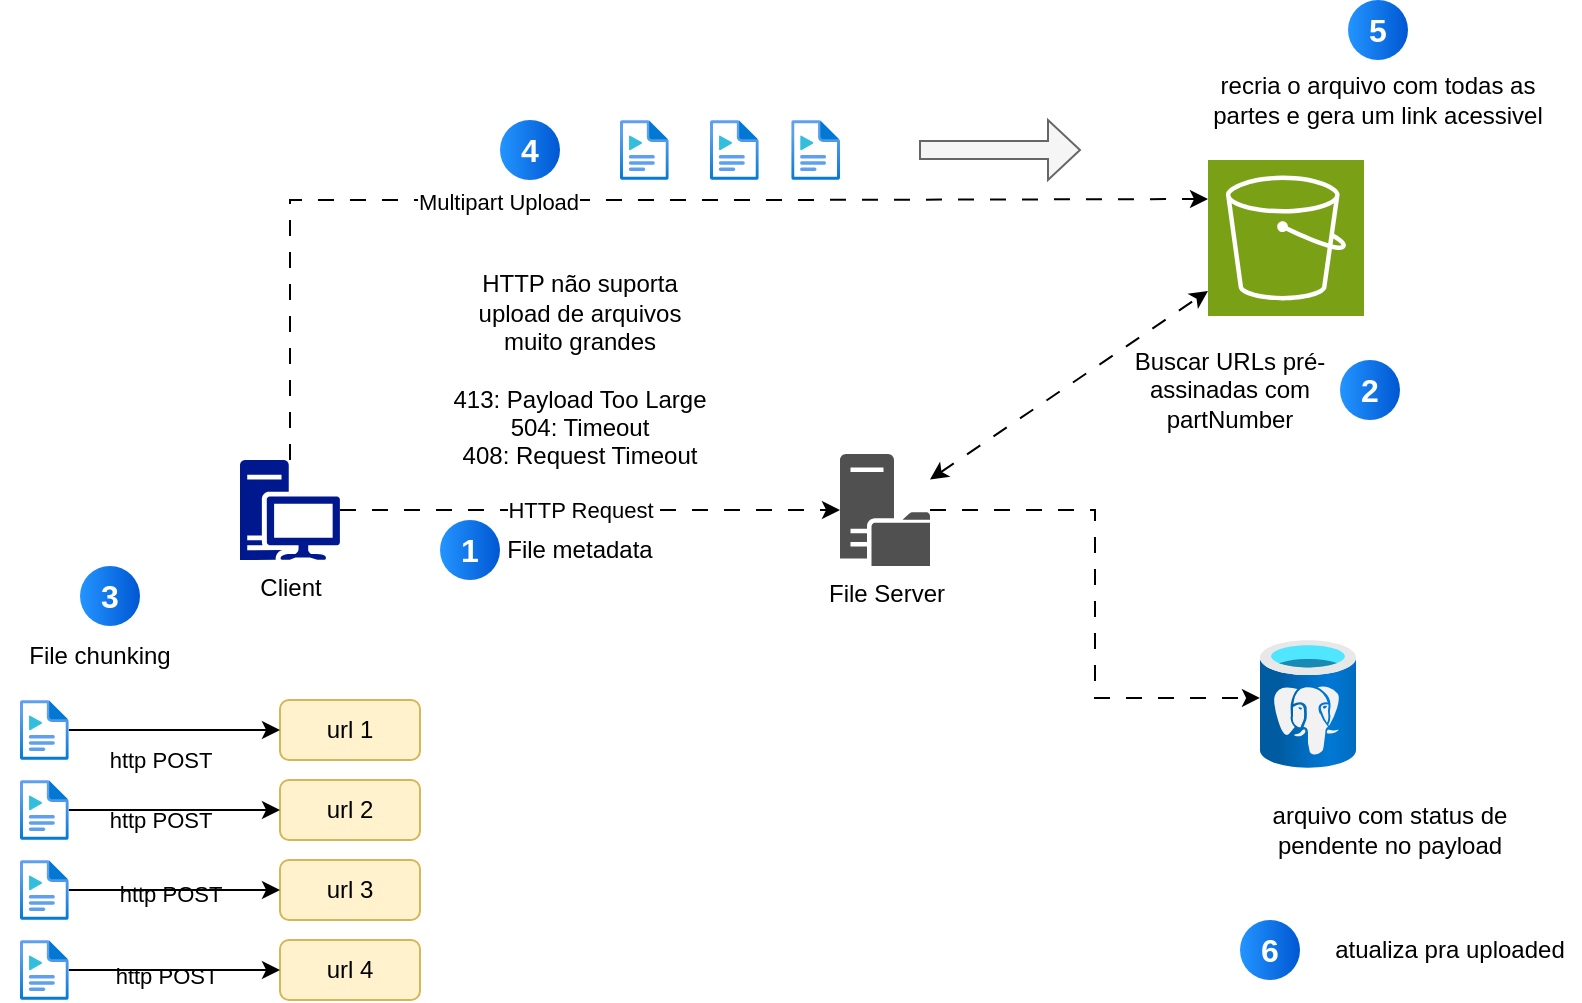
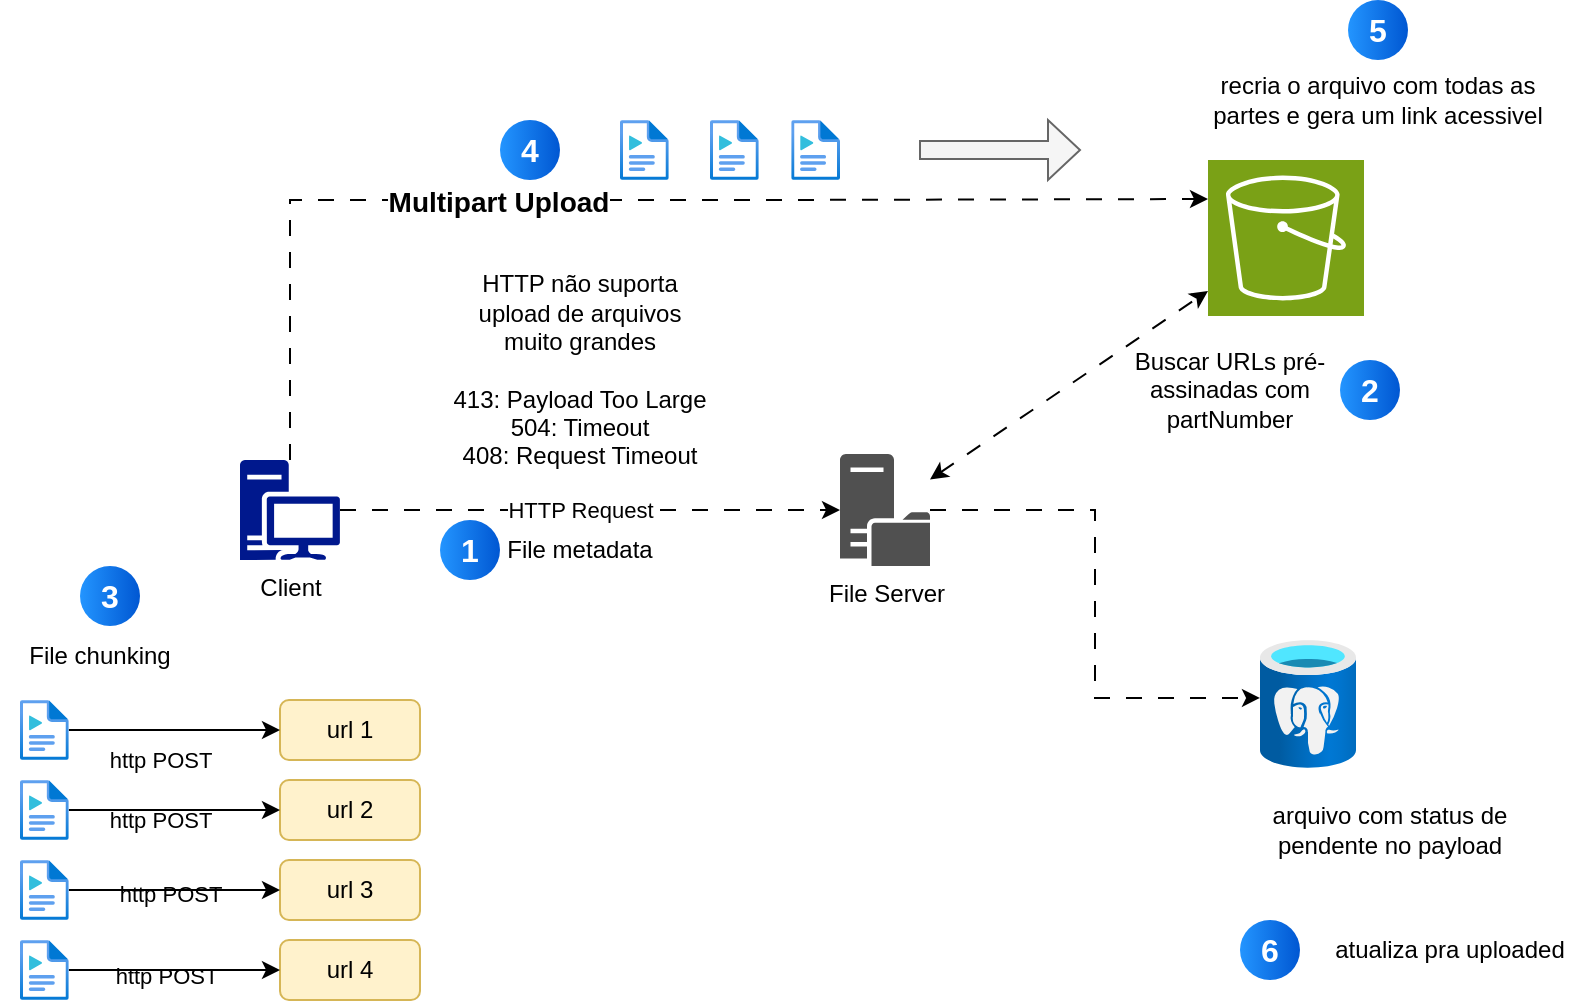
<mxfile host="app.diagrams.net">
  <diagram name="Página-1" id="4D3M8B96T3K3ZtQU1b3x">
    <mxGraphModel dx="1601" dy="1679" grid="1" gridSize="10" guides="1" tooltips="1" connect="1" arrows="1" fold="1" page="1" pageScale="1" pageWidth="827" pageHeight="1169" math="0" shadow="0">
      <root>
        <mxCell id="0" />
        <mxCell id="1" parent="0" />
        <mxCell id="fk9SJw6ftsK7bPstpn4Y-3" edge="1" parent="1" source="fk9SJw6ftsK7bPstpn4Y-1" style="edgeStyle=orthogonalEdgeStyle;rounded=0;orthogonalLoop=1;jettySize=auto;html=1;dashed=1;dashPattern=8 8;" target="fk9SJw6ftsK7bPstpn4Y-2">
          <mxGeometry relative="1" as="geometry" />
        </mxCell>
        <mxCell id="fk9SJw6ftsK7bPstpn4Y-6" connectable="0" parent="fk9SJw6ftsK7bPstpn4Y-3" style="edgeLabel;html=1;align=center;verticalAlign=middle;resizable=0;points=[];" value="HTTP Request" vertex="1">
          <mxGeometry relative="1" x="-0.288" as="geometry">
            <mxPoint x="31" as="offset" />
          </mxGeometry>
        </mxCell>
        <mxCell id="fk9SJw6ftsK7bPstpn4Y-1" parent="1" style="sketch=0;aspect=fixed;pointerEvents=1;shadow=0;dashed=0;html=1;strokeColor=none;labelPosition=center;verticalLabelPosition=bottom;verticalAlign=top;align=center;fillColor=#00188D;shape=mxgraph.mscae.enterprise.workstation_client" value="Client" vertex="1">
          <mxGeometry height="50" width="50" x="-70" y="90" as="geometry" />
        </mxCell>
        <mxCell id="fk9SJw6ftsK7bPstpn4Y-2" parent="1" style="sketch=0;pointerEvents=1;shadow=0;dashed=0;html=1;strokeColor=none;fillColor=#505050;labelPosition=center;verticalLabelPosition=bottom;verticalAlign=top;outlineConnect=0;align=center;shape=mxgraph.office.servers.file_server;" value="File Server" vertex="1">
          <mxGeometry height="56" width="45" x="230" y="87" as="geometry" />
        </mxCell>
        <mxCell id="fk9SJw6ftsK7bPstpn4Y-4" parent="1" style="sketch=0;points=[[0,0,0],[0.25,0,0],[0.5,0,0],[0.75,0,0],[1,0,0],[0,1,0],[0.25,1,0],[0.5,1,0],[0.75,1,0],[1,1,0],[0,0.25,0],[0,0.5,0],[0,0.75,0],[1,0.25,0],[1,0.5,0],[1,0.75,0]];outlineConnect=0;fontColor=#232F3E;fillColor=#7AA116;strokeColor=#ffffff;dashed=0;verticalLabelPosition=bottom;verticalAlign=top;align=center;html=1;fontSize=12;fontStyle=0;aspect=fixed;shape=mxgraph.aws4.resourceIcon;resIcon=mxgraph.aws4.s3;" value="" vertex="1">
          <mxGeometry height="78" width="78" x="414" y="-60" as="geometry" />
        </mxCell>
        <mxCell id="fk9SJw6ftsK7bPstpn4Y-7" parent="1" style="image;aspect=fixed;html=1;points=[];align=center;fontSize=12;image=img/lib/azure2/databases/Azure_Database_PostgreSQL_Server.svg;" value="" vertex="1">
          <mxGeometry height="64" width="48" x="440" y="180" as="geometry" />
        </mxCell>
        <mxCell id="fk9SJw6ftsK7bPstpn4Y-8" edge="1" parent="1" source="fk9SJw6ftsK7bPstpn4Y-2" style="edgeStyle=orthogonalEdgeStyle;rounded=0;orthogonalLoop=1;jettySize=auto;html=1;entryX=0;entryY=0.453;entryDx=0;entryDy=0;entryPerimeter=0;dashed=1;dashPattern=8 8;" target="fk9SJw6ftsK7bPstpn4Y-7">
          <mxGeometry relative="1" as="geometry" />
        </mxCell>
        <mxCell id="fk9SJw6ftsK7bPstpn4Y-13" parent="1" style="text;html=1;whiteSpace=wrap;strokeColor=none;fillColor=none;align=center;verticalAlign=middle;rounded=0;" value="HTTP não suporta upload de arquivos muito grandes&lt;div&gt;&lt;br&gt;&lt;/div&gt;&lt;div&gt;413: Payload Too Large&lt;div&gt;504: Timeout&lt;/div&gt;&lt;div&gt;408: Request Timeout&lt;/div&gt;&lt;/div&gt;" vertex="1">
          <mxGeometry height="30" width="130" x="35" y="30" as="geometry" />
        </mxCell>
        <mxCell id="h8KboTeERqfswfNuPOU6-1" edge="1" parent="1" source="fk9SJw6ftsK7bPstpn4Y-1" style="edgeStyle=orthogonalEdgeStyle;rounded=0;orthogonalLoop=1;jettySize=auto;html=1;entryX=0;entryY=0.25;entryDx=0;entryDy=0;entryPerimeter=0;dashed=1;dashPattern=8 8;" target="fk9SJw6ftsK7bPstpn4Y-4">
          <mxGeometry relative="1" as="geometry">
            <Array as="points">
              <mxPoint x="-45" y="-40" />
              <mxPoint x="197" y="-40" />
            </Array>
          </mxGeometry>
        </mxCell>
-         <mxCell id="h8KboTeERqfswfNuPOU6-2" connectable="0" parent="h8KboTeERqfswfNuPOU6-1" style="edgeLabel;html=1;align=center;verticalAlign=middle;resizable=0;points=[];" value="Multipart Upload" vertex="1">
+         <mxCell id="h8KboTeERqfswfNuPOU6-2" connectable="0" parent="h8KboTeERqfswfNuPOU6-1" style="edgeLabel;html=1;align=center;verticalAlign=middle;resizable=0;points=[];fontStyle=1;fontSize=14;" value="Multipart Upload" vertex="1">
          <mxGeometry relative="1" x="-0.2054" y="-1" as="geometry">
            <mxPoint as="offset" />
          </mxGeometry>
        </mxCell>
        <mxCell id="h8KboTeERqfswfNuPOU6-3" parent="1" style="text;html=1;whiteSpace=wrap;strokeColor=none;fillColor=none;align=center;verticalAlign=middle;rounded=0;" value="File metadata" vertex="1">
          <mxGeometry height="30" width="80" x="60" y="120" as="geometry" />
        </mxCell>
        <mxCell id="h8KboTeERqfswfNuPOU6-4" parent="1" style="text;html=1;whiteSpace=wrap;strokeColor=none;fillColor=none;align=center;verticalAlign=middle;rounded=0;" value="arquivo com status de pendente no payload" vertex="1">
          <mxGeometry height="30" width="130" x="440" y="260" as="geometry" />
        </mxCell>
        <mxCell id="h8KboTeERqfswfNuPOU6-5" parent="1" style="text;html=1;whiteSpace=wrap;strokeColor=none;fillColor=none;align=center;verticalAlign=middle;rounded=0;" value="Buscar URLs pré-assinadas com partNumber" vertex="1">
          <mxGeometry height="30" width="110" x="370" y="40" as="geometry" />
        </mxCell>
        <mxCell id="h8KboTeERqfswfNuPOU6-6" edge="1" parent="1" source="fk9SJw6ftsK7bPstpn4Y-2" style="html=1;labelBackgroundColor=#ffffff;startArrow=classic;startFill=1;startSize=6;endArrow=classic;endFill=1;endSize=6;jettySize=auto;orthogonalLoop=1;strokeWidth=1;fontSize=14;rounded=0;dashed=1;dashPattern=8 8;" target="fk9SJw6ftsK7bPstpn4Y-4" value="">
          <mxGeometry height="60" relative="1" width="60" as="geometry">
            <mxPoint x="370" y="60" as="sourcePoint" />
            <mxPoint x="430" as="targetPoint" />
          </mxGeometry>
        </mxCell>
        <mxCell id="h8KboTeERqfswfNuPOU6-7" parent="1" style="rounded=1;whiteSpace=wrap;html=1;fillColor=#fff2cc;strokeColor=#d6b656;" value="url 1" vertex="1">
          <mxGeometry height="30" width="70" x="-50" y="210" as="geometry" />
        </mxCell>
        <mxCell id="h8KboTeERqfswfNuPOU6-8" parent="1" style="rounded=1;whiteSpace=wrap;html=1;fillColor=#fff2cc;strokeColor=#d6b656;" value="url 4" vertex="1">
          <mxGeometry height="30" width="70" x="-50" y="330" as="geometry" />
        </mxCell>
        <mxCell id="h8KboTeERqfswfNuPOU6-9" parent="1" style="rounded=1;whiteSpace=wrap;html=1;fillColor=#fff2cc;strokeColor=#d6b656;" value="url 3" vertex="1">
          <mxGeometry height="30" width="70" x="-50" y="290" as="geometry" />
        </mxCell>
        <mxCell id="h8KboTeERqfswfNuPOU6-10" parent="1" style="rounded=1;whiteSpace=wrap;html=1;fillColor=#fff2cc;strokeColor=#d6b656;" value="url 2" vertex="1">
          <mxGeometry height="30" width="70" x="-50" y="250" as="geometry" />
        </mxCell>
        <mxCell id="h8KboTeERqfswfNuPOU6-11" parent="1" style="ellipse;whiteSpace=wrap;html=1;aspect=fixed;rotation=0;gradientColor=#0057D2;strokeColor=none;gradientDirection=east;fillColor=#2395FF;rounded=0;pointerEvents=0;fontFamily=Helvetica;fontSize=16;fontColor=#FFFFFF;spacingTop=4;spacingBottom=4;spacingLeft=4;spacingRight=4;points=[];fontStyle=1" value="1" vertex="1">
          <mxGeometry height="30" width="30" x="30" y="120" as="geometry" />
        </mxCell>
        <mxCell id="h8KboTeERqfswfNuPOU6-12" parent="1" style="ellipse;whiteSpace=wrap;html=1;aspect=fixed;rotation=0;gradientColor=#0057D2;strokeColor=none;gradientDirection=east;fillColor=#2395FF;rounded=0;pointerEvents=0;fontFamily=Helvetica;fontSize=16;fontColor=#FFFFFF;spacingTop=4;spacingBottom=4;spacingLeft=4;spacingRight=4;points=[];fontStyle=1" value="2" vertex="1">
          <mxGeometry height="30" width="30" x="480" y="40" as="geometry" />
        </mxCell>
        <mxCell id="h8KboTeERqfswfNuPOU6-13" parent="1" style="ellipse;whiteSpace=wrap;html=1;aspect=fixed;rotation=0;gradientColor=#0057D2;strokeColor=none;gradientDirection=east;fillColor=#2395FF;rounded=0;pointerEvents=0;fontFamily=Helvetica;fontSize=16;fontColor=#FFFFFF;spacingTop=4;spacingBottom=4;spacingLeft=4;spacingRight=4;points=[];fontStyle=1" value="3" vertex="1">
          <mxGeometry height="30" width="30" x="-150" y="143" as="geometry" />
        </mxCell>
        <mxCell id="h8KboTeERqfswfNuPOU6-14" parent="1" style="text;html=1;whiteSpace=wrap;strokeColor=none;fillColor=none;align=center;verticalAlign=middle;rounded=0;" value="File chunking" vertex="1">
          <mxGeometry height="30" width="100" x="-190" y="173" as="geometry" />
        </mxCell>
        <mxCell id="h8KboTeERqfswfNuPOU6-16" edge="1" parent="1" source="h8KboTeERqfswfNuPOU6-15" style="edgeStyle=orthogonalEdgeStyle;rounded=0;orthogonalLoop=1;jettySize=auto;html=1;" target="h8KboTeERqfswfNuPOU6-7" value="">
          <mxGeometry relative="1" as="geometry" />
        </mxCell>
        <mxCell id="h8KboTeERqfswfNuPOU6-17" connectable="0" parent="h8KboTeERqfswfNuPOU6-16" style="edgeLabel;html=1;align=center;verticalAlign=middle;resizable=0;points=[];labelBackgroundColor=default;" value="http POST&lt;span style=&quot;white-space: pre;&quot;&gt;&#x9;&lt;/span&gt;" vertex="1">
          <mxGeometry relative="1" x="-0.4857" y="5" as="geometry">
            <mxPoint x="29" y="20" as="offset" />
          </mxGeometry>
        </mxCell>
        <mxCell id="h8KboTeERqfswfNuPOU6-15" parent="1" style="image;aspect=fixed;html=1;points=[];align=center;fontSize=12;image=img/lib/azure2/general/Media_File.svg;" value="" vertex="1">
          <mxGeometry height="30" width="24.38" x="-180" y="210" as="geometry" />
        </mxCell>
        <mxCell id="h8KboTeERqfswfNuPOU6-21" connectable="0" parent="1" style="edgeLabel;html=1;align=center;verticalAlign=middle;resizable=0;points=[];labelBackgroundColor=default;" value="http POST&lt;span style=&quot;white-space: pre;&quot;&gt;&#x9;&lt;/span&gt;" vertex="1">
          <mxGeometry x="-99.61999999999989" y="259" as="geometry">
            <mxPoint y="11" as="offset" />
          </mxGeometry>
        </mxCell>
        <mxCell id="h8KboTeERqfswfNuPOU6-29" edge="1" parent="1" source="h8KboTeERqfswfNuPOU6-22" style="edgeStyle=orthogonalEdgeStyle;rounded=0;orthogonalLoop=1;jettySize=auto;html=1;" target="h8KboTeERqfswfNuPOU6-10">
          <mxGeometry relative="1" as="geometry" />
        </mxCell>
        <mxCell id="h8KboTeERqfswfNuPOU6-22" parent="1" style="image;aspect=fixed;html=1;points=[];align=center;fontSize=12;image=img/lib/azure2/general/Media_File.svg;" value="" vertex="1">
          <mxGeometry height="30" width="24.38" x="-180" y="250" as="geometry" />
        </mxCell>
        <mxCell id="h8KboTeERqfswfNuPOU6-23" connectable="0" parent="1" style="edgeLabel;html=1;align=center;verticalAlign=middle;resizable=0;points=[];labelBackgroundColor=default;" value="http POST&lt;span style=&quot;white-space: pre;&quot;&gt;&#x9;&lt;/span&gt;" vertex="1">
          <mxGeometry x="-99.61999999999989" y="295" as="geometry">
            <mxPoint x="5" y="12" as="offset" />
          </mxGeometry>
        </mxCell>
        <mxCell id="h8KboTeERqfswfNuPOU6-28" edge="1" parent="1" source="h8KboTeERqfswfNuPOU6-24" style="edgeStyle=orthogonalEdgeStyle;rounded=0;orthogonalLoop=1;jettySize=auto;html=1;" target="h8KboTeERqfswfNuPOU6-9">
          <mxGeometry relative="1" as="geometry" />
        </mxCell>
        <mxCell id="h8KboTeERqfswfNuPOU6-24" parent="1" style="image;aspect=fixed;html=1;points=[];align=center;fontSize=12;image=img/lib/azure2/general/Media_File.svg;" value="" vertex="1">
          <mxGeometry height="30" width="24.38" x="-180" y="290" as="geometry" />
        </mxCell>
        <mxCell id="h8KboTeERqfswfNuPOU6-25" connectable="0" parent="1" style="edgeLabel;html=1;align=center;verticalAlign=middle;resizable=0;points=[];labelBackgroundColor=default;" value="http POST&lt;span style=&quot;white-space: pre;&quot;&gt;&#x9;&lt;/span&gt;" vertex="1">
          <mxGeometry x="-99.61999999999989" y="325" as="geometry">
            <mxPoint x="3" y="23" as="offset" />
          </mxGeometry>
        </mxCell>
        <mxCell id="h8KboTeERqfswfNuPOU6-27" edge="1" parent="1" source="h8KboTeERqfswfNuPOU6-26" style="edgeStyle=orthogonalEdgeStyle;rounded=0;orthogonalLoop=1;jettySize=auto;html=1;" target="h8KboTeERqfswfNuPOU6-8">
          <mxGeometry relative="1" as="geometry" />
        </mxCell>
        <mxCell id="h8KboTeERqfswfNuPOU6-26" parent="1" style="image;aspect=fixed;html=1;points=[];align=center;fontSize=12;image=img/lib/azure2/general/Media_File.svg;" value="" vertex="1">
          <mxGeometry height="30" width="24.38" x="-180" y="330" as="geometry" />
        </mxCell>
        <mxCell id="h8KboTeERqfswfNuPOU6-30" parent="1" style="ellipse;whiteSpace=wrap;html=1;aspect=fixed;rotation=0;gradientColor=#0057D2;strokeColor=none;gradientDirection=east;fillColor=#2395FF;rounded=0;pointerEvents=0;fontFamily=Helvetica;fontSize=16;fontColor=#FFFFFF;spacingTop=4;spacingBottom=4;spacingLeft=4;spacingRight=4;points=[];fontStyle=1" value="4" vertex="1">
          <mxGeometry height="30" width="30" x="60" y="-80" as="geometry" />
        </mxCell>
        <mxCell id="h8KboTeERqfswfNuPOU6-31" parent="1" style="image;aspect=fixed;html=1;points=[];align=center;fontSize=12;image=img/lib/azure2/general/Media_File.svg;" value="" vertex="1">
          <mxGeometry height="30" width="24.38" x="120" y="-80" as="geometry" />
        </mxCell>
        <mxCell id="h8KboTeERqfswfNuPOU6-32" parent="1" style="image;aspect=fixed;html=1;points=[];align=center;fontSize=12;image=img/lib/azure2/general/Media_File.svg;" value="" vertex="1">
          <mxGeometry height="30" width="24.38" x="165" y="-80" as="geometry" />
        </mxCell>
        <mxCell id="h8KboTeERqfswfNuPOU6-33" parent="1" style="image;aspect=fixed;html=1;points=[];align=center;fontSize=12;image=img/lib/azure2/general/Media_File.svg;" value="" vertex="1">
          <mxGeometry height="30" width="24.38" x="205.62" y="-80" as="geometry" />
        </mxCell>
        <mxCell id="h8KboTeERqfswfNuPOU6-34" parent="1" style="shape=singleArrow;whiteSpace=wrap;html=1;fillColor=#f5f5f5;fontColor=#333333;strokeColor=#666666;" value="" vertex="1">
          <mxGeometry height="30" width="80" x="270" y="-80" as="geometry" />
        </mxCell>
        <mxCell id="h8KboTeERqfswfNuPOU6-35" parent="1" style="text;html=1;whiteSpace=wrap;strokeColor=none;fillColor=none;align=center;verticalAlign=middle;rounded=0;" value="recria o arquivo com todas as partes e gera um link acessivel" vertex="1">
          <mxGeometry width="170" x="414" y="-90" as="geometry" />
        </mxCell>
        <mxCell id="h8KboTeERqfswfNuPOU6-36" parent="1" style="ellipse;whiteSpace=wrap;html=1;aspect=fixed;rotation=0;gradientColor=#0057D2;strokeColor=none;gradientDirection=east;fillColor=#2395FF;rounded=0;pointerEvents=0;fontFamily=Helvetica;fontSize=16;fontColor=#FFFFFF;spacingTop=4;spacingBottom=4;spacingLeft=4;spacingRight=4;points=[];fontStyle=1" value="5" vertex="1">
          <mxGeometry height="30" width="30" x="484" y="-140" as="geometry" />
        </mxCell>
        <mxCell id="h8KboTeERqfswfNuPOU6-37" parent="1" style="ellipse;whiteSpace=wrap;html=1;aspect=fixed;rotation=0;gradientColor=#0057D2;strokeColor=none;gradientDirection=east;fillColor=#2395FF;rounded=0;pointerEvents=0;fontFamily=Helvetica;fontSize=16;fontColor=#FFFFFF;spacingTop=4;spacingBottom=4;spacingLeft=4;spacingRight=4;points=[];fontStyle=1" value="6" vertex="1">
          <mxGeometry height="30" width="30" x="430" y="320" as="geometry" />
        </mxCell>
        <mxCell id="h8KboTeERqfswfNuPOU6-38" parent="1" style="text;html=1;whiteSpace=wrap;strokeColor=none;fillColor=none;align=center;verticalAlign=middle;rounded=0;" value="atualiza pra uploaded" vertex="1">
          <mxGeometry height="30" width="130" x="470" y="320" as="geometry" />
        </mxCell>
      </root>
    </mxGraphModel>
  </diagram>
</mxfile>
